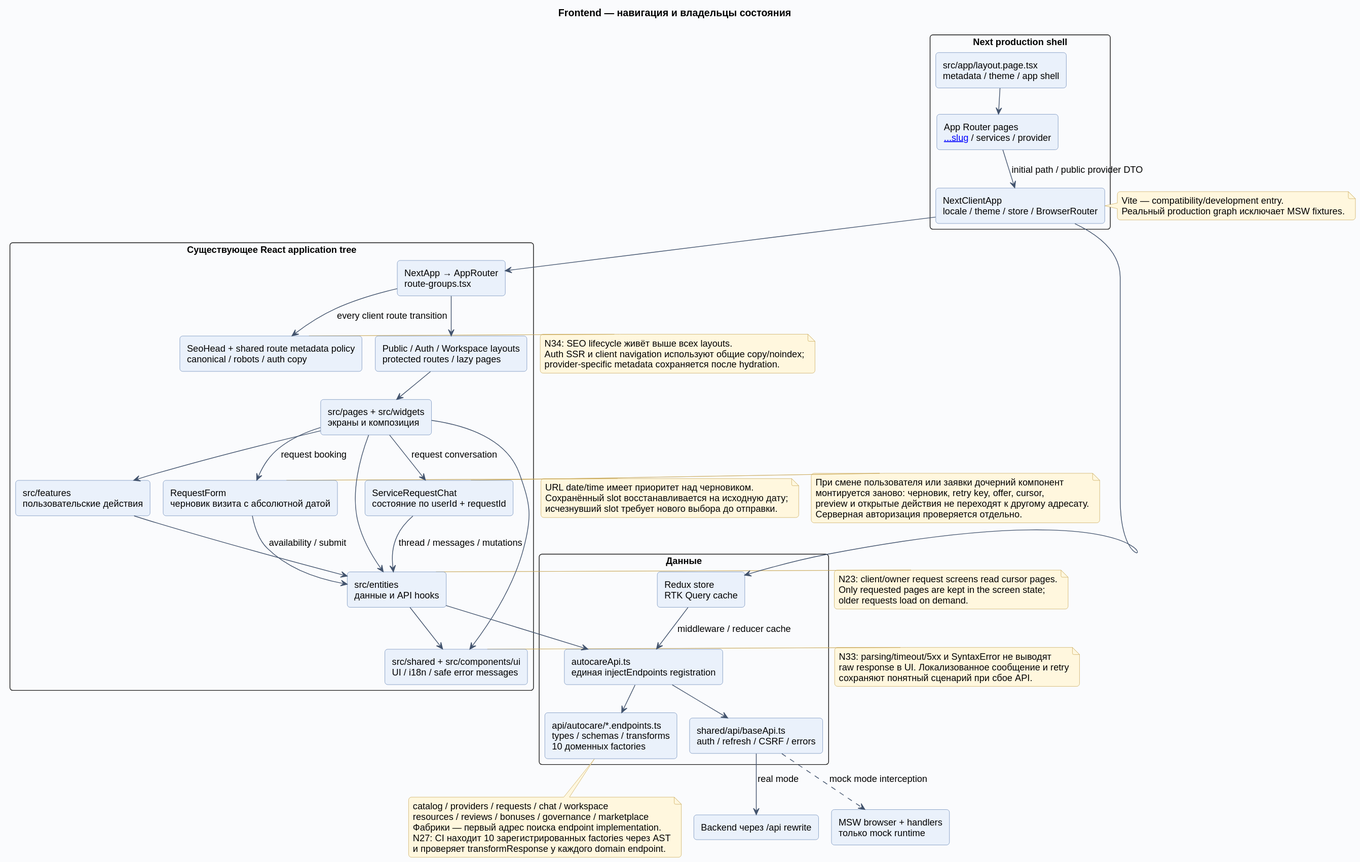
Earlier version of the PlantUML export docs/diagrams/rendered/03-frontend.svg (Dima163163/auto-care-hub).
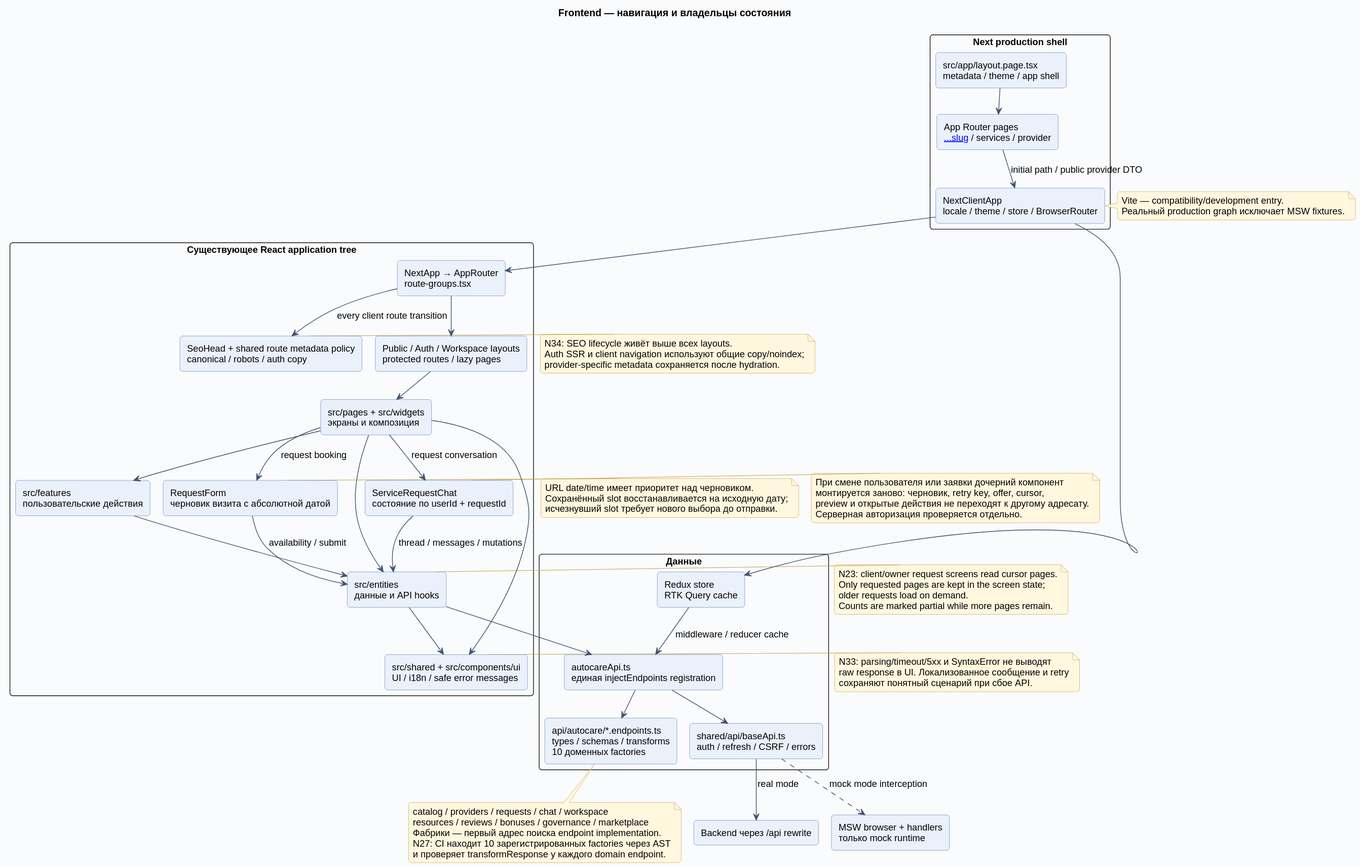
Above is the later version.

Commit message:
fix(ui): mark paged request counts as partial

Change to the diagram source:
```diff
@@ -59,6 +59,7 @@
   N23: client/owner request screens read cursor pages.
   Only requested pages are kept in the screen state;
   older requests load on demand.
+  Counts are marked partial while more pages remain.
 end note
 note right of Client
   Vite — compatibility/development entry.
```
